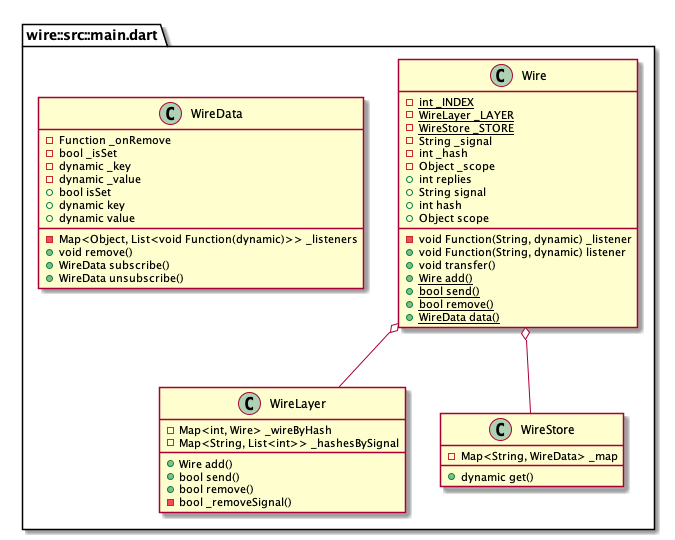
This is uml/configuration.png from WiresWare/wire_dart, a PlantUML export, as it was before one commit.
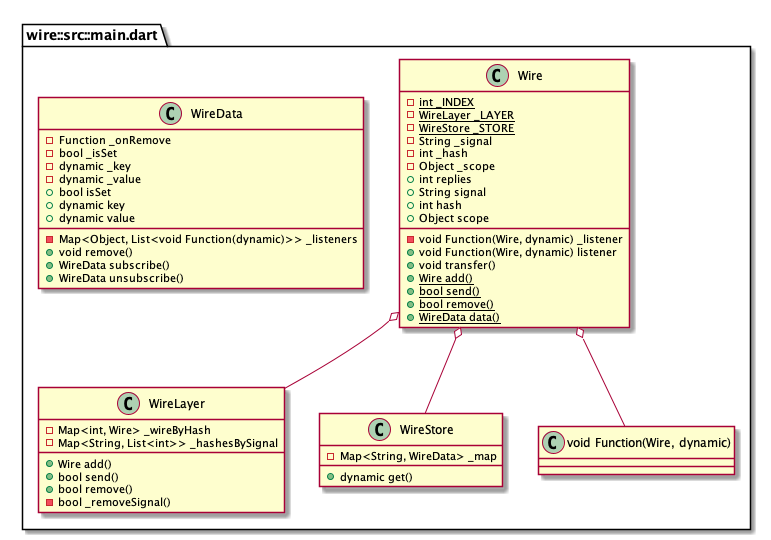
After the commit.

Commit message:
Version 0.3.1: - WireListener has first parameter Wire that holds signal, scope, listener itself and replies

Change to the diagram source:
```diff
@@ -6,12 +6,12 @@
   {static} -WireLayer _LAYER
   {static} -WireStore _STORE
   -String _signal
-  -void Function(String, dynamic) _listener
+  -void Function(Wire, dynamic) _listener
   -int _hash
   -Object _scope
   +int replies
   +String signal
-  +void Function(String, dynamic) listener
+  +void Function(Wire, dynamic) listener
   +int hash
   +Object scope
   +void transfer()
@@ -23,6 +23,7 @@
 
 "wire::src::main.dart::Wire" o-- "wire::src::main.dart::WireLayer"
 "wire::src::main.dart::Wire" o-- "wire::src::main.dart::WireStore"
+"wire::src::main.dart::Wire" o-- "wire::src::main.dart::void Function(Wire, dynamic)"
 
 class "wire::src::main.dart::WireStore" {
   -Map<String, WireData> _map
```
